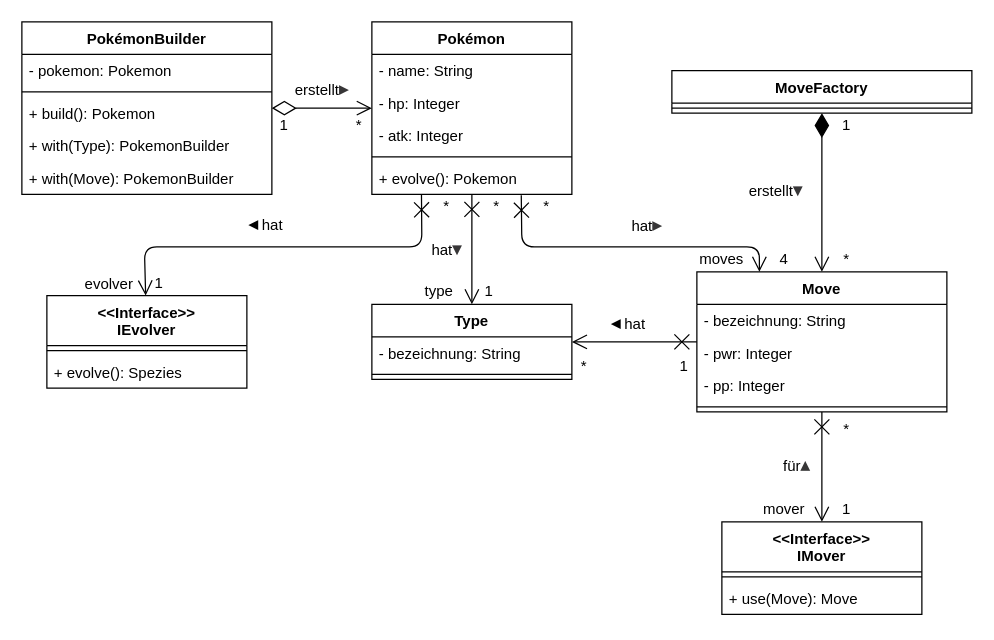
Earlier version of the draw.io diagram swt_wende_tim_h09/swt_wende_tim_h09_class_diagram_simple.drawio (tmwnd/fha-swt). Source tidied: cells renumbered, new cells numbered last; positions are measured from the earlier drawing's top-left corner, leaving out a move shared by most shapes. Both pictures are drawn from the tidied source at 125%, with x=0, y=0 at pixel (21, 21).
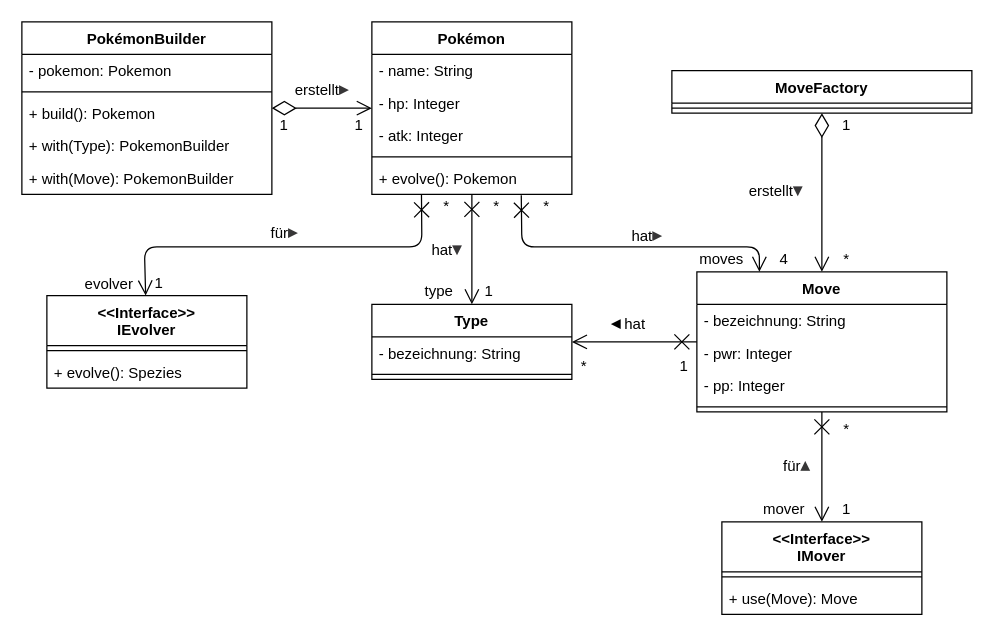
Above is the later version.

Unchanged cells that the change refers to:
```xml
<mxCell id="14" value="Move" style="swimlane;fontStyle=1;align=center;verticalAlign=top;horizontal=1;startSize=26;" parent="1" vertex="1">
  <mxGeometry x="540" y="200" width="200" height="112" as="geometry" />
</mxCell>
<mxCell id="29" value="MoveFactory" style="swimlane;fontStyle=1;align=center;verticalAlign=top;horizontal=1;startSize=26;" parent="1" vertex="1">
  <mxGeometry x="520" y="39" width="240" height="34" as="geometry" />
</mxCell>
```

The edit, as a diff of the source:
```diff
@@
-    <mxCell id="31" style="endArrow=open;html=1;startArrow=diamondThin;startFill=1;startSize=17;endFill=0;endSize=10;" parent="1" edge="1" source="29" target="14">
+    <mxCell id="31" style="endArrow=open;html=1;startArrow=diamondThin;startFill=0;startSize=17;endFill=0;endSize=10;" parent="1" edge="1" source="29" target="14">
       <mxGeometry relative="1" as="geometry" />
     </mxCell>
@@
-    <mxCell id="37" value="*" style="text;html=1;strokeColor=none;fillColor=none;align=center;verticalAlign=middle;whiteSpace=wrap;rounded=0;" parent="1" vertex="1">
-      <mxGeometry x="250" y="73" width="40" height="20" as="geometry" />
-    </mxCell>
@@
     <mxCell id="48" value="&lt;font&gt;hat&lt;/font&gt;&lt;font style=&quot;color: rgb(55 , 54 , 55) ; font-weight: bold ; font-size: 14px&quot;&gt;▸&lt;/font&gt;" style="text;html=1;strokeColor=none;fillColor=none;align=center;verticalAlign=middle;whiteSpace=wrap;rounded=0;" parent="1" vertex="1">
-      <mxGeometry x="460" y="150" width="80" height="25" as="geometry" />
+      <mxGeometry x="460" y="158" width="80" height="25" as="geometry" />
     </mxCell>
@@
-    <mxCell id="54" value="&lt;span style=&quot;color: rgb(0 , 0 , 0) ; font-family: &amp;#34;helvetica&amp;#34; ; font-style: normal ; letter-spacing: normal ; text-align: center ; text-indent: 0px ; text-transform: none ; word-spacing: 0px ; display: inline ; float: none&quot;&gt;&lt;font size=&quot;1&quot;&gt;&lt;b style=&quot;font-size: 14px&quot;&gt;◂&lt;/b&gt;&lt;/font&gt;&lt;/span&gt;&lt;span style=&quot;color: rgb(0 , 0 , 0) ; font-family: &amp;#34;helvetica&amp;#34; ; font-size: 12px ; font-style: normal ; font-weight: 400 ; letter-spacing: normal ; text-align: center ; text-indent: 0px ; text-transform: none ; word-spacing: 0px ; display: inline ; float: none&quot;&gt;&amp;nbsp;hat&lt;/span&gt;" style="text;whiteSpace=wrap;html=1;fontSize=14;fontFamily=Helvetica;" parent="1" vertex="1">
-      <mxGeometry x="180" y="147" width="40" height="30" as="geometry" />
-    </mxCell>
@@
+    <mxCell id="62" value="1" style="text;html=1;strokeColor=none;fillColor=none;align=center;verticalAlign=middle;whiteSpace=wrap;rounded=0;" parent="1" vertex="1">
+      <mxGeometry x="250" y="73" width="40" height="20" as="geometry" />
+    </mxCell>
+    <mxCell id="63" value="&lt;font&gt;für&lt;/font&gt;&lt;font style=&quot;color: rgb(55 , 54 , 55) ; font-weight: bold ; font-size: 14px&quot;&gt;▸&lt;/font&gt;" style="text;html=1;strokeColor=none;fillColor=none;align=center;verticalAlign=middle;whiteSpace=wrap;rounded=0;" parent="1" vertex="1">
+      <mxGeometry x="170" y="155" width="80" height="25" as="geometry" />
+    </mxCell>
```
